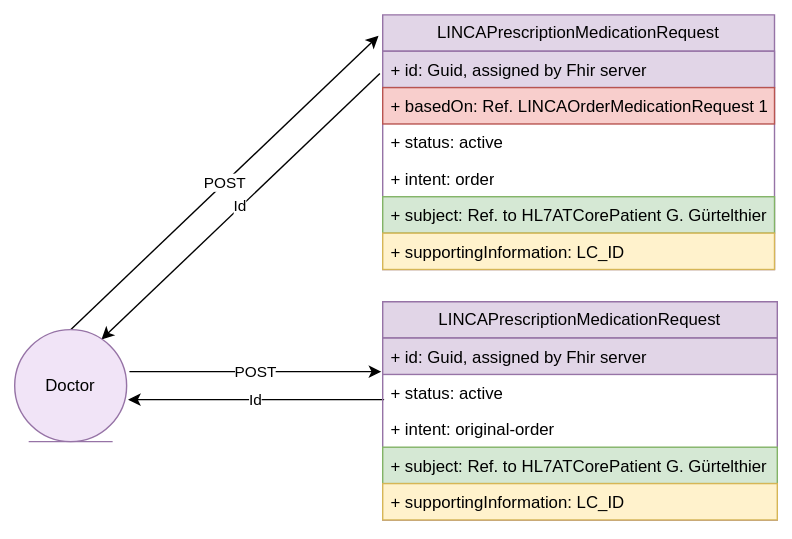
HL7Austria/hl7austria.github.io keeps this draw.io diagram as r5-LinkedCare-main/UserStory_013_diagram.svg. Above is the earlier version. Source tidied: cells renumbered, new cells last; positions are measured from the earlier drawing's top-left corner, leaving out a move shared by most shapes.
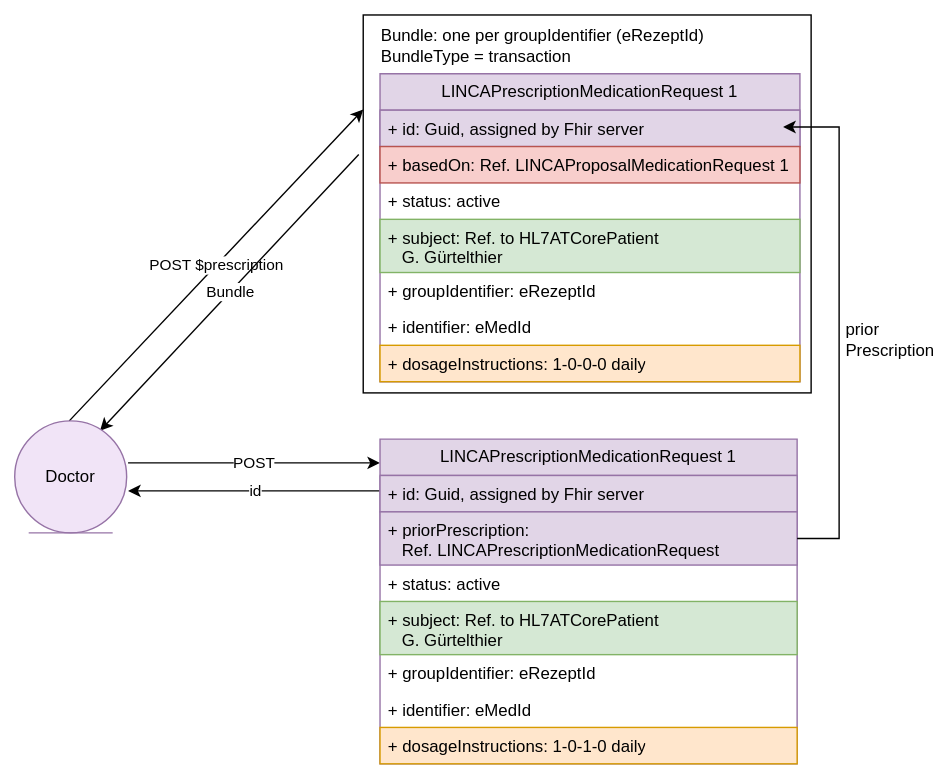
The same file after the commit.

Change to the diagram source:
```diff
@@ -2,71 +2,96 @@
   <root>
     <mxCell id="0" />
     <mxCell id="1" parent="0" />
+    <mxCell id="20" style="rounded=0;whiteSpace=wrap;html=1;" parent="1" vertex="1">
+      <mxGeometry x="250" y="-65" width="320" height="270" as="geometry" />
+    </mxCell>
     <mxCell id="2" value="POST" style="endArrow=classic;html=1;rounded=0;" parent="1" edge="1">
       <mxGeometry relative="1" as="geometry">
         <mxPoint x="82" y="255" as="sourcePoint" />
         <mxPoint x="262" y="255" as="targetPoint" />
       </mxGeometry>
     </mxCell>
-    <mxCell id="3" value="LINCAPrescriptionMedicationRequest" style="swimlane;fontStyle=0;horizontal=1;startSize=26;fillColor=#e1d5e7;whiteSpace=wrap;html=1;strokeColor=#9673a6;" parent="1" vertex="1">
-      <mxGeometry x="263" width="280" height="182" as="geometry" />
+    <mxCell id="3" value="LINCAPrescriptionMedicationRequest 1" style="swimlane;fontStyle=0;horizontal=1;startSize=26;fillColor=#e1d5e7;whiteSpace=wrap;html=1;strokeColor=#9673a6;" parent="1" vertex="1">
+      <mxGeometry x="262" y="-23" width="300" height="220" as="geometry" />
     </mxCell>
     <mxCell id="4" value="+ id: Guid, assigned by Fhir server" style="text;strokeColor=#9673a6;fillColor=#e1d5e7;align=left;verticalAlign=top;spacingLeft=4;spacingRight=4;overflow=hidden;whiteSpace=wrap;html=1;" parent="3" vertex="1">
-      <mxGeometry y="26" width="280" height="26" as="geometry" />
+      <mxGeometry y="26" width="300" height="26" as="geometry" />
     </mxCell>
-    <mxCell id="5" value="+ basedOn: Ref. LINCAOrderMedicationRequest 1" style="text;strokeColor=#b85450;fillColor=#f8cecc;align=left;verticalAlign=top;spacingLeft=4;spacingRight=4;overflow=hidden;whiteSpace=wrap;html=1;" parent="3" vertex="1">
-      <mxGeometry y="52" width="280" height="26" as="geometry" />
+    <mxCell id="5" value="+ basedOn: Ref. LINCAProposalMedicationRequest 1" style="text;strokeColor=#b85450;fillColor=#f8cecc;align=left;verticalAlign=top;spacingLeft=4;spacingRight=4;overflow=hidden;whiteSpace=wrap;html=1;" parent="3" vertex="1">
+      <mxGeometry y="52" width="300" height="26" as="geometry" />
     </mxCell>
     <mxCell id="6" value="+ status: active" style="text;align=left;verticalAlign=top;spacingLeft=4;spacingRight=4;overflow=hidden;whiteSpace=wrap;html=1;" parent="3" vertex="1">
-      <mxGeometry y="78" width="280" height="26" as="geometry" />
+      <mxGeometry y="78" width="300" height="26" as="geometry" />
     </mxCell>
+    <mxCell id="21" value="+ subject: Ref. to HL7ATCorePatient&amp;nbsp; &lt;br&gt;&amp;nbsp; &amp;nbsp;G. Gürtelthier" style="text;strokeColor=#82b366;fillColor=#d5e8d4;align=left;verticalAlign=top;spacingLeft=4;spacingRight=4;overflow=hidden;whiteSpace=wrap;html=1;" parent="3" vertex="1">
+      <mxGeometry y="104" width="300" height="38" as="geometry" />
+    </mxCell>
-    <mxCell id="7" value="+ intent: order" style="text;align=left;verticalAlign=top;spacingLeft=4;spacingRight=4;overflow=hidden;whiteSpace=wrap;html=1;" parent="3" vertex="1">
-      <mxGeometry y="104" width="280" height="26" as="geometry" />
+    <mxCell id="7" value="+ groupIdentifier: eRezeptId" style="text;align=left;verticalAlign=top;spacingLeft=4;spacingRight=4;overflow=hidden;whiteSpace=wrap;html=1;" parent="3" vertex="1">
+      <mxGeometry y="142" width="300" height="26" as="geometry" />
     </mxCell>
-    <mxCell id="8" value="+ subject: Ref. to HL7ATCorePatient G. Gürtelthier" style="text;strokeColor=#82b366;fillColor=#d5e8d4;align=left;verticalAlign=top;spacingLeft=4;spacingRight=4;overflow=hidden;whiteSpace=wrap;html=1;" parent="3" vertex="1">
-      <mxGeometry y="130" width="280" height="26" as="geometry" />
-    </mxCell>
-    <mxCell id="9" value="+ supportingInformation: LC_ID" style="text;align=left;verticalAlign=top;spacingLeft=4;spacingRight=4;overflow=hidden;whiteSpace=wrap;html=1;fillColor=#fff2cc;strokeColor=#d6b656;" parent="3" vertex="1">
-      <mxGeometry y="156" width="280" height="26" as="geometry" />
+    <mxCell id="9" value="+ identifier: eMedId" style="text;align=left;verticalAlign=top;spacingLeft=4;spacingRight=4;overflow=hidden;whiteSpace=wrap;html=1;" parent="3" vertex="1">
+      <mxGeometry y="168" width="300" height="26" as="geometry" />
     </mxCell>
+    <mxCell id="22" value="+ dosageInstructions: 1-0-0-0 daily" style="text;align=left;verticalAlign=top;spacingLeft=4;spacingRight=4;overflow=hidden;whiteSpace=wrap;html=1;fillColor=#ffe6cc;strokeColor=#d79b00;" parent="3" vertex="1">
+      <mxGeometry y="194" width="300" height="26" as="geometry" />
+    </mxCell>
-    <mxCell id="10" value="Id" style="endArrow=classic;html=1;rounded=0;exitX=0;exitY=0.5;exitDx=0;exitDy=0;" parent="1" edge="1">
+    <mxCell id="10" value="id" style="endArrow=classic;html=1;rounded=0;exitX=0;exitY=0.5;exitDx=0;exitDy=0;" parent="1" edge="1">
       <mxGeometry relative="1" as="geometry">
-        <mxPoint x="264" y="275" as="sourcePoint" />
-        <mxPoint x="81" y="275" as="targetPoint" />
+        <mxPoint x="265" y="275" as="sourcePoint" />
+        <mxPoint x="82" y="275" as="targetPoint" />
       </mxGeometry>
     </mxCell>
-    <mxCell id="11" value="LINCAPrescriptionMedicationRequest" style="swimlane;fontStyle=0;horizontal=1;startSize=26;fillColor=#e1d5e7;whiteSpace=wrap;html=1;strokeColor=#9673a6;" parent="1" vertex="1">
-      <mxGeometry x="263" y="205" width="282" height="156" as="geometry" />
+    <mxCell id="11" value="LINCAPrescriptionMedicationRequest 1" style="swimlane;fontStyle=0;horizontal=1;startSize=26;fillColor=#e1d5e7;whiteSpace=wrap;html=1;strokeColor=#9673a6;" parent="1" vertex="1">
+      <mxGeometry x="262" y="238" width="298" height="232" as="geometry" />
     </mxCell>
     <mxCell id="12" value="+ id: Guid, assigned by Fhir server" style="text;strokeColor=#9673a6;fillColor=#e1d5e7;align=left;verticalAlign=top;spacingLeft=4;spacingRight=4;overflow=hidden;whiteSpace=wrap;html=1;" parent="11" vertex="1">
-      <mxGeometry y="26" width="282" height="26" as="geometry" />
+      <mxGeometry y="26" width="298" height="26" as="geometry" />
     </mxCell>
+    <mxCell id="23" value="+ priorPrescription: &lt;br&gt;&amp;nbsp; &amp;nbsp;Ref. LINCAPrescriptionMedicationRequest" style="text;strokeColor=#9673a6;fillColor=#e1d5e7;align=left;verticalAlign=top;spacingLeft=4;spacingRight=4;overflow=hidden;points=[[0,0.5],[1,0.5]];portConstraint=eastwest;whiteSpace=wrap;html=1;" parent="11" vertex="1">
+      <mxGeometry y="52" width="298" height="38" as="geometry" />
+    </mxCell>
     <mxCell id="13" value="+ status: active" style="text;align=left;verticalAlign=top;spacingLeft=4;spacingRight=4;overflow=hidden;whiteSpace=wrap;html=1;" parent="11" vertex="1">
-      <mxGeometry y="52" width="282" height="26" as="geometry" />
+      <mxGeometry y="90" width="298" height="26" as="geometry" />
     </mxCell>
+    <mxCell id="24" value="+ subject: Ref. to HL7ATCorePatient&amp;nbsp; &lt;br&gt;&amp;nbsp; &amp;nbsp;G. Gürtelthier" style="text;strokeColor=#82b366;fillColor=#d5e8d4;align=left;verticalAlign=top;spacingLeft=4;spacingRight=4;overflow=hidden;whiteSpace=wrap;html=1;" parent="11" vertex="1">
+      <mxGeometry y="116" width="298" height="38" as="geometry" />
+    </mxCell>
-    <mxCell id="14" value="+ intent: original-order" style="text;align=left;verticalAlign=top;spacingLeft=4;spacingRight=4;overflow=hidden;whiteSpace=wrap;html=1;" parent="11" vertex="1">
-      <mxGeometry y="78" width="282" height="26" as="geometry" />
+    <mxCell id="14" value="+ groupIdentifier: eRezeptId" style="text;align=left;verticalAlign=top;spacingLeft=4;spacingRight=4;overflow=hidden;whiteSpace=wrap;html=1;" parent="11" vertex="1">
+      <mxGeometry y="154" width="298" height="26" as="geometry" />
     </mxCell>
-    <mxCell id="15" value="+ subject: Ref. to HL7ATCorePatient G. Gürtelthier" style="text;strokeColor=#82b366;fillColor=#d5e8d4;align=left;verticalAlign=top;spacingLeft=4;spacingRight=4;overflow=hidden;whiteSpace=wrap;html=1;" parent="11" vertex="1">
-      <mxGeometry y="104" width="282" height="26" as="geometry" />
-    </mxCell>
-    <mxCell id="16" value="+ supportingInformation: LC_ID" style="text;align=left;verticalAlign=top;spacingLeft=4;spacingRight=4;overflow=hidden;whiteSpace=wrap;html=1;fillColor=#fff2cc;strokeColor=#d6b656;" parent="11" vertex="1">
-      <mxGeometry y="130" width="282" height="26" as="geometry" />
+    <mxCell id="16" value="+ identifier: eMedId" style="text;align=left;verticalAlign=top;spacingLeft=4;spacingRight=4;overflow=hidden;whiteSpace=wrap;html=1;" parent="11" vertex="1">
+      <mxGeometry y="180" width="298" height="26" as="geometry" />
     </mxCell>
+    <mxCell id="25" value="+ dosageInstructions: 1-0-1-0 daily" style="text;align=left;verticalAlign=top;spacingLeft=4;spacingRight=4;overflow=hidden;whiteSpace=wrap;html=1;fillColor=#ffe6cc;strokeColor=#d79b00;" parent="11" vertex="1">
+      <mxGeometry y="206" width="298" height="26" as="geometry" />
+    </mxCell>
+    <mxCell id="26" style="endArrow=classic;html=1;rounded=0;exitX=1;exitY=0.5;exitDx=0;exitDy=0;" parent="1" edge="1" source="23">
+      <mxGeometry relative="1" as="geometry">
+        <mxPoint x="550" y="15" as="targetPoint" />
+        <Array as="points">
+          <mxPoint x="590" y="309" />
+          <mxPoint x="590" y="15" />
+        </Array>
+      </mxGeometry>
+    </mxCell>
+    <mxCell id="27" value="prior&lt;br&gt;Prescription" style="text;html=1;strokeColor=none;fillColor=none;align=left;verticalAlign=left;whiteSpace=wrap;rounded=0;" parent="1" vertex="1">
+      <mxGeometry x="593" y="145" width="60" height="30" as="geometry" />
+    </mxCell>
-    <mxCell id="17" value="POST" style="endArrow=classic;html=1;rounded=0;" parent="1" edge="1">
+    <mxCell id="17" value="POST $prescription" style="endArrow=classic;html=1;rounded=0;entryX=0;entryY=0.25;entryDx=0;entryDy=0;" parent="1" edge="1" target="20">
       <mxGeometry relative="1" as="geometry">
         <mxPoint x="40" y="225" as="sourcePoint" />
-        <mxPoint x="260" y="15" as="targetPoint" />
       </mxGeometry>
     </mxCell>
-    <mxCell id="18" value="Id" style="endArrow=classic;html=1;rounded=0;" parent="1" edge="1">
+    <mxCell id="18" value="Bundle" style="endArrow=classic;html=1;rounded=0;exitX=-0.01;exitY=0.369;exitDx=0;exitDy=0;exitPerimeter=0;" parent="1" edge="1" source="20">
       <mxGeometry relative="1" as="geometry">
-        <mxPoint x="261" y="42" as="sourcePoint" />
         <mxPoint x="62" y="232" as="targetPoint" />
       </mxGeometry>
     </mxCell>
     <mxCell id="19" value="Doctor" style="ellipse;shape=umlEntity;whiteSpace=wrap;html=1;fillColor=#F1E4F7;strokeColor=#9673a6;" parent="1" vertex="1">
-      <mxGeometry y="225" width="80" height="80" as="geometry" />
+      <mxGeometry x="1" y="225" width="80" height="80" as="geometry" />
     </mxCell>
+    <mxCell id="28" value="Bundle: one per groupIdentifier (eRezeptId)&lt;br&gt;BundleType = transaction" style="text;html=1;strokeColor=none;fillColor=none;align=left;verticalAlign=middle;whiteSpace=wrap;rounded=0;" parent="1" vertex="1">
+      <mxGeometry x="261" y="-58" width="249" height="30" as="geometry" />
+    </mxCell>
   </root>
 </mxGraphModel>
```
